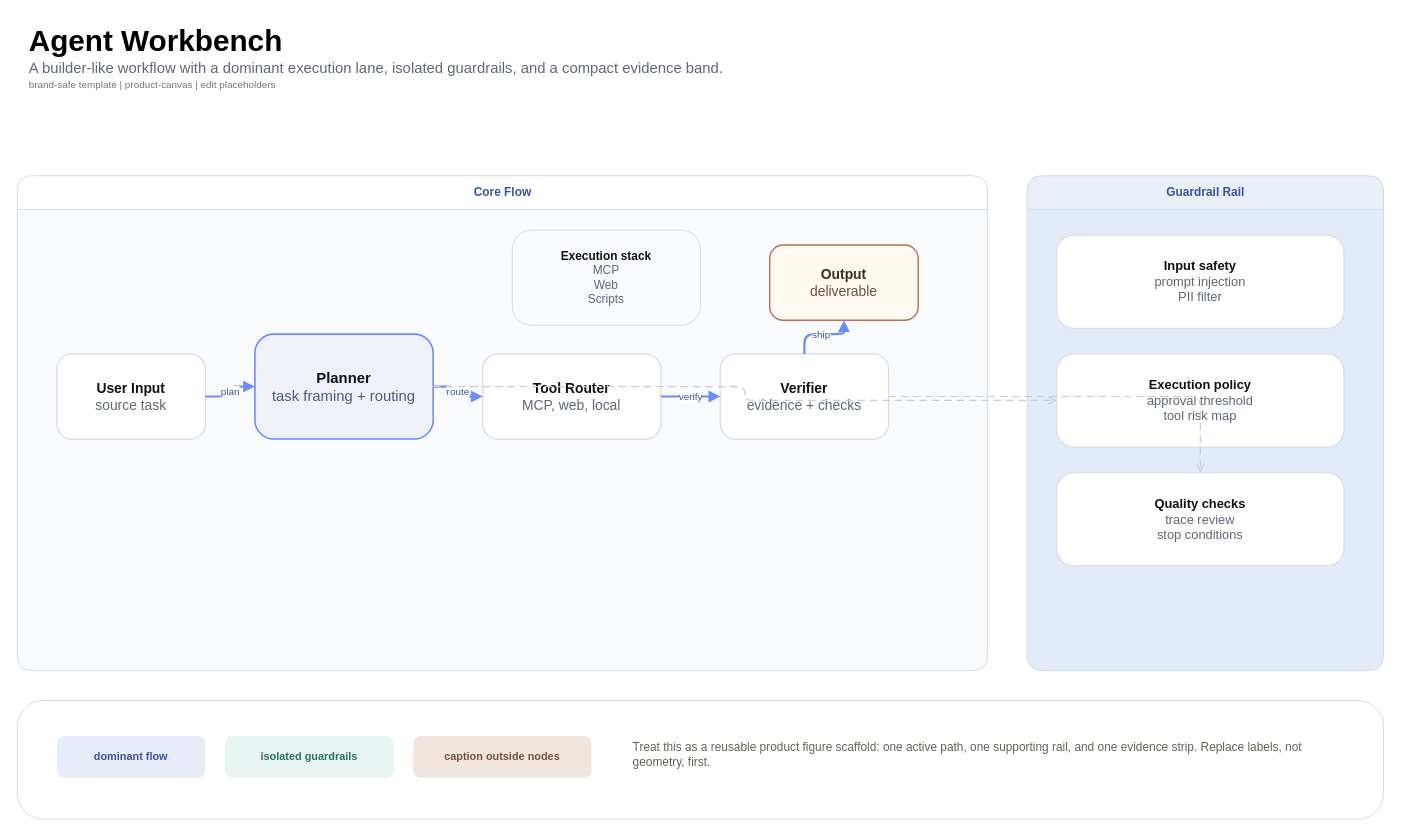
gigio1023/drawio-agent-skill keeps this draw.io diagram as page "Product Canvas Template" (1 of 2) of assets/drawio-skill-template-pack.drawio. Above is the earlier version. Source tidied: cells renumbered, new cells numbered last; positions are measured from the earlier drawing's top-left corner, leaving out a move shared by most shapes. Both pictures are drawn from the tidied source at 99%, with x=0, y=0 at pixel (17, 17).
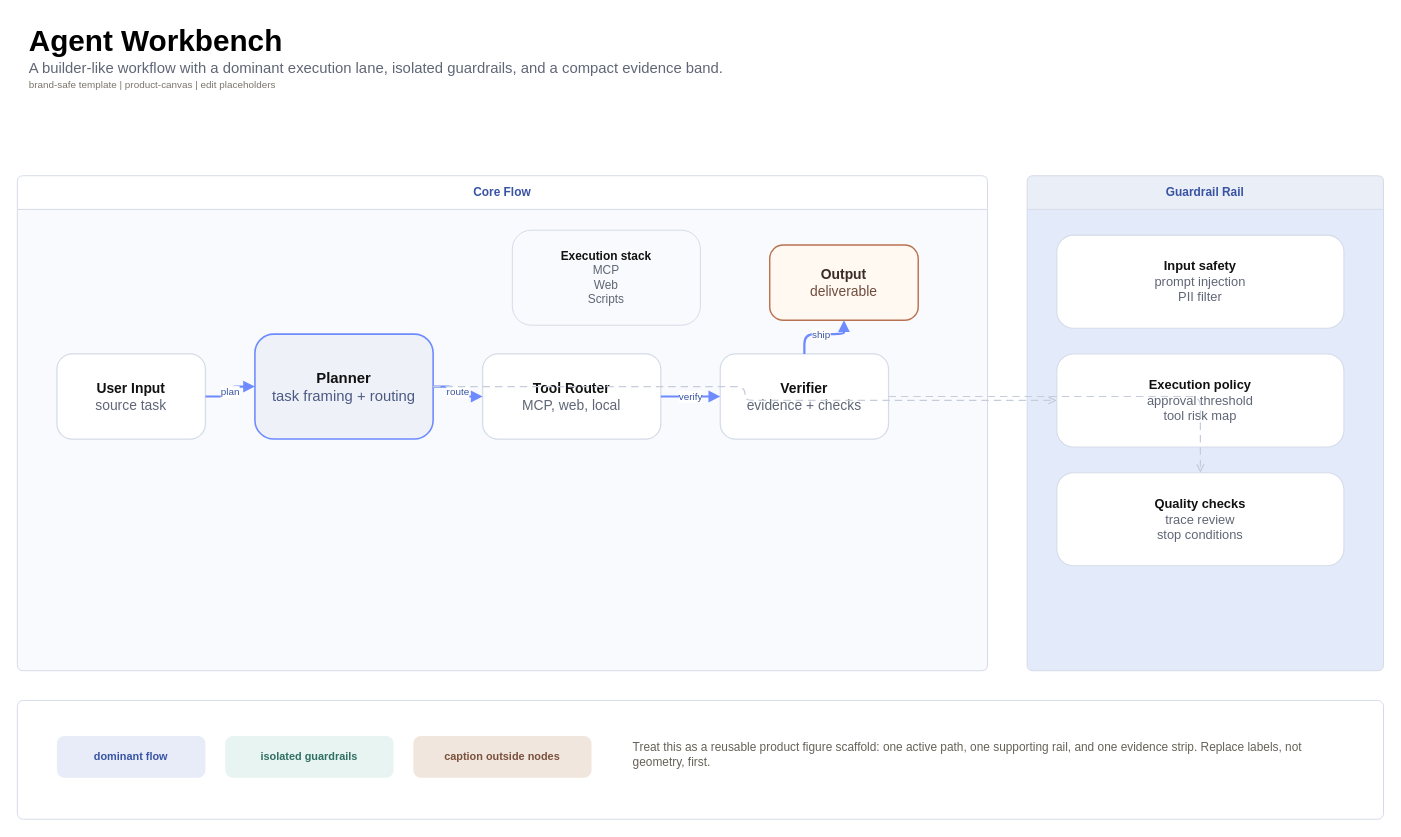
Above is the later version.

The edit, as a diff of the source:
```diff
@@
-    <mxCell id="3" value="Core Flow" style="swimlane;startSize=34;rounded=1;html=1;fillColor=#FFFFFF;strokeColor=#D5DBE8;swimlaneFillColor=#F8FAFD;fontColor=#3853A4;fontStyle=1;" parent="1" vertex="1">
+    <mxCell id="3" value="Core Flow" style="swimlane;startSize=34;rounded=1;absoluteArcSize=1;arcSize=12;html=1;whiteSpace=wrap;spacing=10;fillColor=#FFFFFF;strokeColor=#D5DBE8;swimlaneFillColor=#F8FAFD;fontColor=#3853A4;fontStyle=1;" parent="1" vertex="1">
       <mxGeometry y="160" width="980" height="500" as="geometry" />
     </mxCell>
-    <mxCell id="4" value="Guardrail Rail" style="swimlane;startSize=34;rounded=1;html=1;fillColor=#EAEEF6;strokeColor=#D5DBE8;swimlaneFillColor=#E3EAF9;fontColor=#3853A4;fontStyle=1;" parent="1" vertex="1">
+    <mxCell id="4" value="Guardrail Rail" style="swimlane;startSize=34;rounded=1;absoluteArcSize=1;arcSize=12;html=1;whiteSpace=wrap;spacing=10;fillColor=#EAEEF6;strokeColor=#D5DBE8;swimlaneFillColor=#E3EAF9;fontColor=#3853A4;fontStyle=1;" parent="1" vertex="1">
       <mxGeometry x="1020" y="160" width="360" height="500" as="geometry" />
     </mxCell>
-    <mxCell id="5" style="rounded=1;whiteSpace=wrap;html=1;fillColor=#FFFFFF;strokeColor=#D5DBE8;arcSize=22;" parent="1" vertex="1">
+    <mxCell id="5" style="rounded=1;absoluteArcSize=1;arcSize=12;whiteSpace=wrap;html=1;fillColor=#FFFFFF;strokeColor=#D5DBE8;" parent="1" vertex="1">
       <mxGeometry y="690" width="1380" height="120" as="geometry" />
     </mxCell>
```
